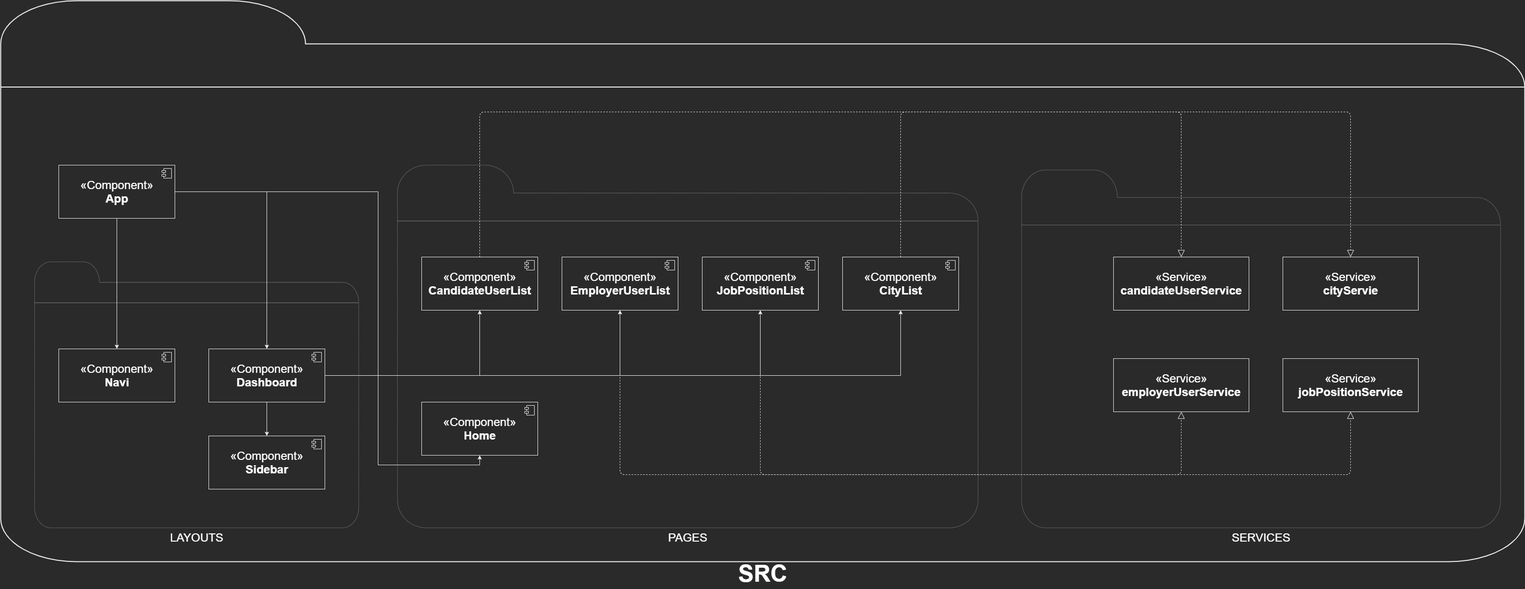
This is public/assets/readme-images/hrms-frontend.png from sezRR/hrms-frontend, a draw.io export, as it was before one commit. Source tidied: cells renumbered, new cells last; positions are measured from the earlier drawing's top-left corner, leaving out a move shared by most shapes.
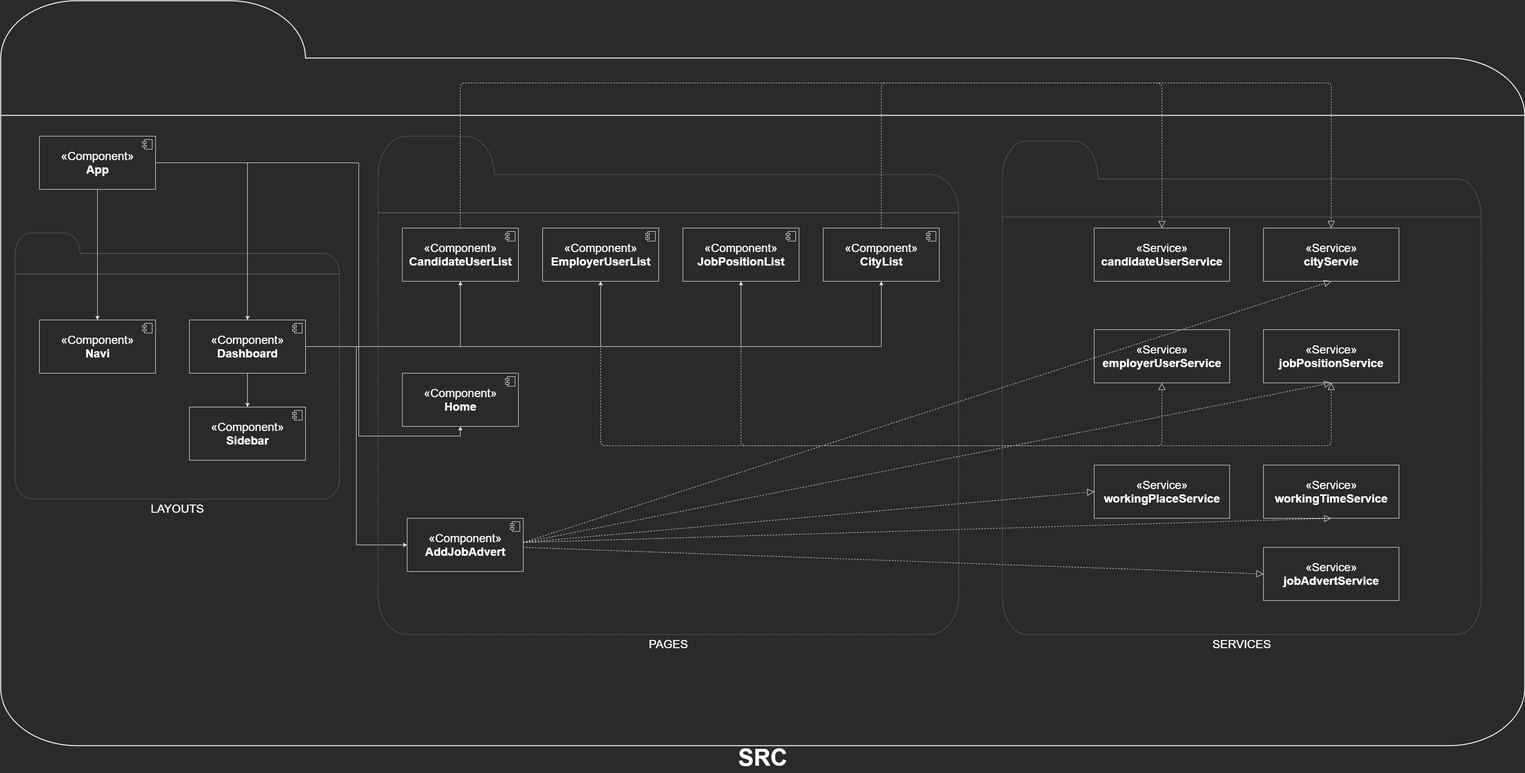
The same diagram one commit later.

The edit, as a diff of the source:
```diff
@@ -3,16 +3,16 @@
     <mxCell id="0" />
     <mxCell id="1" parent="0" />
     <mxCell id="2" value="&lt;p style=&quot;line-height: 120%&quot;&gt;&lt;b&gt;&lt;font style=&quot;font-size: 48px&quot;&gt;SRC&lt;/font&gt;&lt;/b&gt;&lt;/p&gt;" style="html=1;verticalLabelPosition=bottom;align=center;labelBackgroundColor=none;verticalAlign=top;strokeWidth=2;shadow=0;dashed=0;shape=mxgraph.ios7.icons.folder;fontColor=#FFFFFF;" parent="1" vertex="1">
-      <mxGeometry width="3150" height="1160" as="geometry" />
+      <mxGeometry x="40" y="60" width="3150" height="1540" as="geometry" />
     </mxCell>
     <mxCell id="3" value="LAYOUTS" style="html=1;verticalLabelPosition=bottom;align=center;labelBackgroundColor=none;verticalAlign=top;strokeWidth=1;shadow=0;dashed=1;shape=mxgraph.ios7.icons.folder;fontColor=#FFFFFF;fontSize=24;dashPattern=1 1;opacity=50;" parent="1" vertex="1">
       <mxGeometry x="70" y="540" width="670" height="550" as="geometry" />
     </mxCell>
     <mxCell id="4" value="PAGES" style="html=1;verticalLabelPosition=bottom;align=center;labelBackgroundColor=none;verticalAlign=top;strokeWidth=1;shadow=0;dashed=1;shape=mxgraph.ios7.icons.folder;fontColor=#FFFFFF;fontSize=24;dashPattern=1 1;opacity=50;" parent="1" vertex="1">
-      <mxGeometry x="820" y="340" width="1200" height="750" as="geometry" />
+      <mxGeometry x="820" y="340" width="1200" height="1030" as="geometry" />
     </mxCell>
     <mxCell id="5" value="SERVICES" style="html=1;verticalLabelPosition=bottom;align=center;labelBackgroundColor=none;verticalAlign=top;strokeWidth=1;shadow=0;dashed=1;shape=mxgraph.ios7.icons.folder;fontColor=#FFFFFF;fontSize=24;dashPattern=1 1;opacity=50;" parent="1" vertex="1">
-      <mxGeometry x="2110" y="350" width="990" height="740" as="geometry" />
+      <mxGeometry x="2110" y="350" width="990" height="1020" as="geometry" />
     </mxCell>
     <mxCell id="6" style="edgeStyle=orthogonalEdgeStyle;rounded=0;jettySize=auto;html=1;entryX=0.5;entryY=0;entryDx=0;entryDy=0;fontSize=24;fontColor=#FFFFFF;" parent="1" edge="1" source="9" target="11">
       <mxGeometry relative="1" as="geometry" />
@@ -76,6 +76,9 @@
         </Array>
       </mxGeometry>
     </mxCell>
+    <mxCell id="40" style="edgeStyle=orthogonalEdgeStyle;rounded=0;jettySize=auto;html=1;entryX=0;entryY=0.5;entryDx=0;entryDy=0;" parent="1" edge="1" source="18" target="44">
+      <mxGeometry relative="1" as="geometry" />
+    </mxCell>
     <mxCell id="18" value="«Component»&lt;br&gt;&lt;b&gt;Dashboard&lt;/b&gt;" style="html=1;labelBackgroundColor=none;strokeColor=#f0f0f0;fontSize=24;fontColor=#FFFFFF;" parent="1" vertex="1">
       <mxGeometry x="430" y="720" width="240" height="110" as="geometry" />
     </mxCell>
@@ -183,5 +186,47 @@
         </Array>
       </mxGeometry>
     </mxCell>
+    <mxCell id="41" value="«Service»&lt;br&gt;&lt;b&gt;workingPlaceService&lt;/b&gt;" style="html=1;labelBackgroundColor=none;strokeColor=#f0f0f0;fontSize=24;fontColor=#FFFFFF;" parent="1" vertex="1">
+      <mxGeometry x="2300" y="1020" width="280" height="110" as="geometry" />
+    </mxCell>
+    <mxCell id="42" value="«Service»&lt;br&gt;&lt;b&gt;workingTimeService&lt;/b&gt;" style="html=1;labelBackgroundColor=none;strokeColor=#f0f0f0;fontSize=24;fontColor=#FFFFFF;" parent="1" vertex="1">
+      <mxGeometry x="2650" y="1020" width="280" height="110" as="geometry" />
+    </mxCell>
+    <mxCell id="43" value="«Service»&lt;br&gt;&lt;b&gt;jobAdvertService&lt;/b&gt;" style="html=1;labelBackgroundColor=none;strokeColor=#f0f0f0;fontSize=24;fontColor=#FFFFFF;" parent="1" vertex="1">
+      <mxGeometry x="2650" y="1190" width="280" height="110" as="geometry" />
+    </mxCell>
+    <mxCell id="44" value="«Component»&lt;br&gt;&lt;b&gt;AddJobAdvert&lt;/b&gt;" style="html=1;labelBackgroundColor=none;strokeColor=#f0f0f0;fontSize=24;fontColor=#FFFFFF;" parent="1" vertex="1">
+      <mxGeometry x="880" y="1130" width="240" height="110" as="geometry" />
+    </mxCell>
+    <mxCell id="45" style="shape=module;jettyWidth=8;jettyHeight=4;" parent="44" vertex="1">
+      <mxGeometry x="1" width="20" height="20" relative="1" as="geometry">
+        <mxPoint x="-27" y="7" as="offset" />
+      </mxGeometry>
+    </mxCell>
+    <mxCell id="46" style="endArrow=block;dashed=1;endFill=0;endSize=12;html=1;entryX=0;entryY=0.5;entryDx=0;entryDy=0;" parent="1" edge="1" target="43">
+      <mxGeometry relative="1" as="geometry">
+        <mxPoint x="1120" y="1190" as="sourcePoint" />
+      </mxGeometry>
+    </mxCell>
+    <mxCell id="47" style="endArrow=block;dashed=1;endFill=0;endSize=12;html=1;entryX=0;entryY=0.5;entryDx=0;entryDy=0;" parent="1" edge="1" target="41">
+      <mxGeometry relative="1" as="geometry">
+        <mxPoint x="1120" y="1180" as="sourcePoint" />
+      </mxGeometry>
+    </mxCell>
+    <mxCell id="48" style="endArrow=block;dashed=1;endFill=0;endSize=12;html=1;entryX=0.5;entryY=1;entryDx=0;entryDy=0;" parent="1" edge="1" target="42">
+      <mxGeometry relative="1" as="geometry">
+        <mxPoint x="1120" y="1180" as="sourcePoint" />
+      </mxGeometry>
+    </mxCell>
+    <mxCell id="49" style="endArrow=block;dashed=1;endFill=0;endSize=12;html=1;entryX=0.5;entryY=1;entryDx=0;entryDy=0;" parent="1" edge="1" target="35">
+      <mxGeometry relative="1" as="geometry">
+        <mxPoint x="1120" y="1180" as="sourcePoint" />
+      </mxGeometry>
+    </mxCell>
+    <mxCell id="50" style="endArrow=block;dashed=1;endFill=0;endSize=12;html=1;entryX=0.5;entryY=1;entryDx=0;entryDy=0;" parent="1" edge="1" target="33">
+      <mxGeometry relative="1" as="geometry">
+        <mxPoint x="1120" y="1180" as="sourcePoint" />
+      </mxGeometry>
+    </mxCell>
   </root>
 </mxGraphModel>
```
